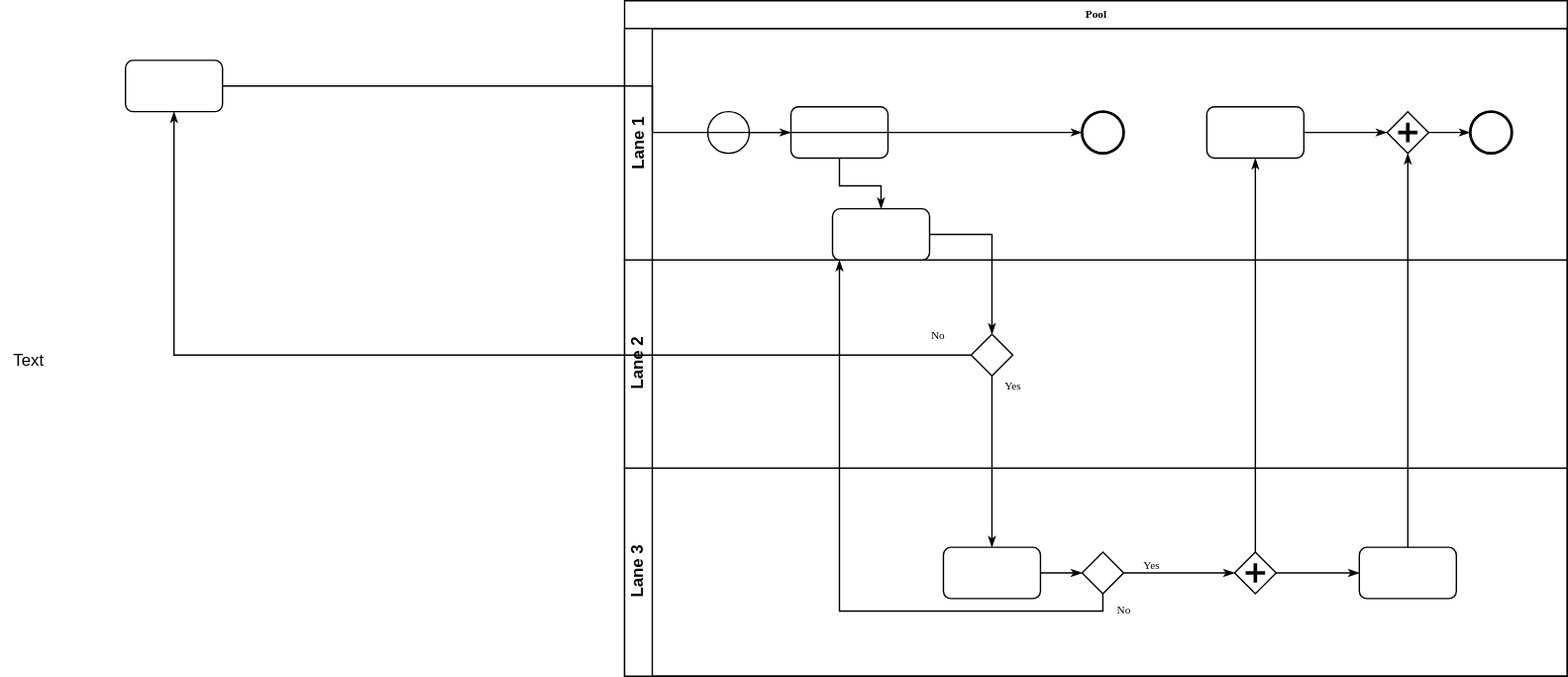
The draw.io diagram SoD.svg in nancymiduo/nancymiduo, before a commit. Source tidied: cells renumbered, new cells last; positions are measured from the earlier drawing's top-left corner, leaving out a move shared by most shapes.
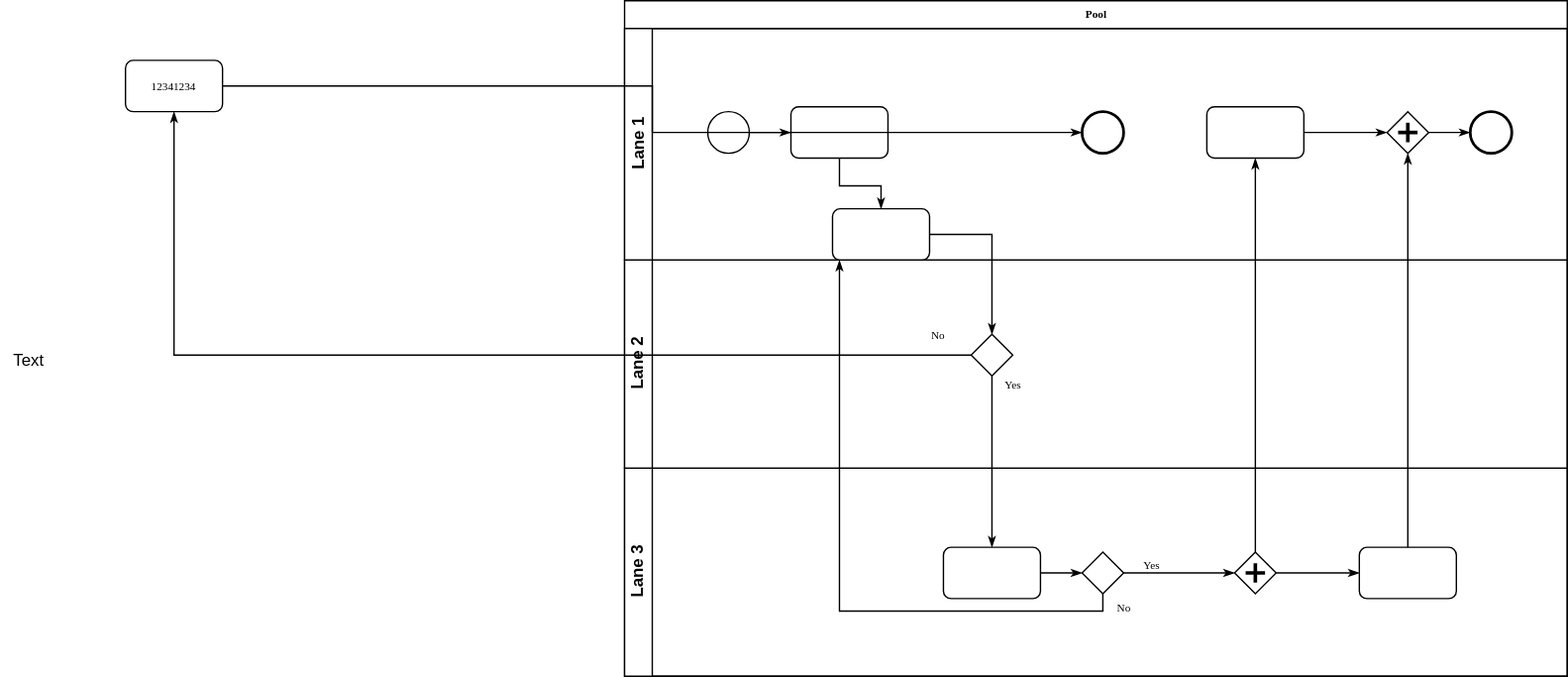
Later version of the same file.

Diff of the diagram source:
```diff
@@ -94,7 +94,7 @@
     <mxCell id="30" value="Text" style="text;html=1;align=center;verticalAlign=middle;strokeColor=none;" parent="1" vertex="1">
       <mxGeometry y="250" width="40" height="20" as="geometry" />
     </mxCell>
-    <mxCell id="31" style="rounded=1;whiteSpace=wrap;html=1;shadow=0;labelBackgroundColor=none;strokeWidth=1;fontFamily=Verdana;fontSize=8;align=center;" parent="1" vertex="1">
+    <mxCell id="31" value="12341234" style="rounded=1;whiteSpace=wrap;html=1;shadow=0;labelBackgroundColor=none;strokeWidth=1;fontFamily=Verdana;fontSize=8;align=center;" parent="1" vertex="1">
       <mxGeometry x="90" y="43" width="70" height="37" as="geometry" />
     </mxCell>
     <mxCell id="32" style="edgeStyle=orthogonalEdgeStyle;rounded=0;html=1;labelBackgroundColor=none;startArrow=none;startFill=0;startSize=5;endArrow=classicThin;endFill=1;endSize=5;jettySize=auto;strokeWidth=1;fontFamily=Verdana;fontSize=8;" parent="1" edge="1" source="31" target="7">
```
